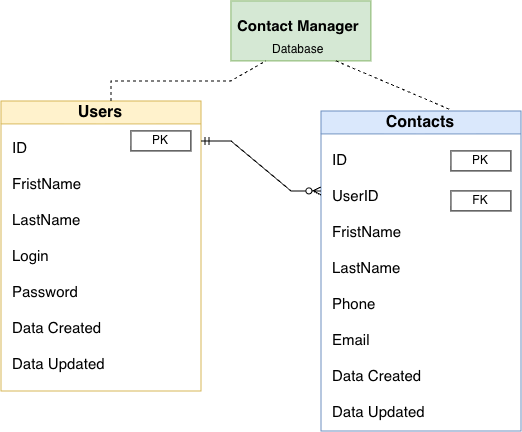
The draw.io diagram LAMP_ERD.drawio.png in yhw688/COP4331_LAMP_GROUP18, before a commit. Source tidied: cells renumbered, new cells last; positions are measured from the earlier drawing's top-left corner, leaving out a move shared by most shapes.
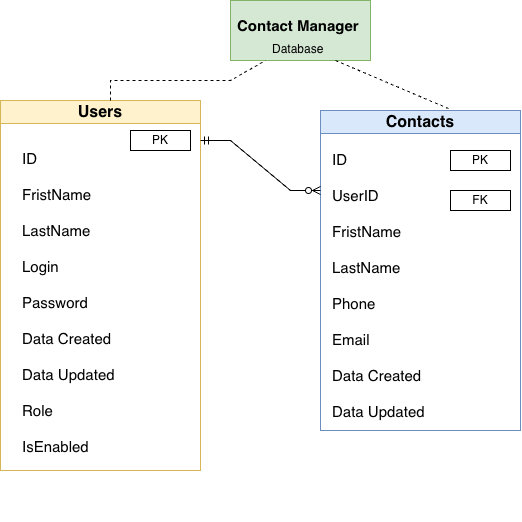
Later version of the same file.

The edit, as a diff of the source:
```diff
@@ -3,10 +3,10 @@
     <mxCell id="0" />
     <mxCell id="1" parent="0" />
     <mxCell id="2" value="&lt;font style=&quot;font-size: 16px;&quot;&gt;Users&lt;/font&gt;" style="swimlane;whiteSpace=wrap;html=1;startSize=23;fillColor=#fff2cc;strokeColor=#d6b656;" parent="1" vertex="1">
-      <mxGeometry y="100" width="200" height="290" as="geometry" />
+      <mxGeometry y="100" width="200" height="370" as="geometry" />
     </mxCell>
-    <mxCell id="3" value="&lt;font style=&quot;font-size: 15px;&quot;&gt;ID&lt;/font&gt;&lt;div&gt;&lt;font style=&quot;font-size: 15px;&quot;&gt;&lt;br&gt;&lt;/font&gt;&lt;div&gt;&lt;font style=&quot;font-size: 15px;&quot;&gt;FristName&lt;/font&gt;&lt;/div&gt;&lt;div&gt;&lt;font style=&quot;font-size: 15px;&quot;&gt;&lt;br&gt;&lt;/font&gt;&lt;/div&gt;&lt;div&gt;&lt;font style=&quot;font-size: 15px;&quot;&gt;LastName&lt;/font&gt;&lt;/div&gt;&lt;div&gt;&lt;font style=&quot;font-size: 15px;&quot;&gt;&lt;br&gt;&lt;/font&gt;&lt;/div&gt;&lt;div&gt;&lt;font style=&quot;font-size: 15px;&quot;&gt;Login&lt;/font&gt;&lt;/div&gt;&lt;div&gt;&lt;font style=&quot;font-size: 15px;&quot;&gt;&lt;br&gt;&lt;/font&gt;&lt;/div&gt;&lt;div&gt;&lt;font style=&quot;font-size: 15px;&quot;&gt;Password&lt;/font&gt;&lt;/div&gt;&lt;/div&gt;&lt;div&gt;&lt;font style=&quot;font-size: 15px;&quot;&gt;&lt;br&gt;&lt;/font&gt;&lt;/div&gt;&lt;div&gt;&lt;font style=&quot;font-size: 15px;&quot;&gt;Data Created&lt;/font&gt;&lt;/div&gt;&lt;div&gt;&lt;font style=&quot;font-size: 15px;&quot;&gt;&lt;br&gt;&lt;/font&gt;&lt;/div&gt;&lt;div&gt;&lt;font style=&quot;font-size: 15px;&quot;&gt;Data Updated&lt;/font&gt;&lt;/div&gt;" style="text;html=1;whiteSpace=wrap;strokeColor=none;fillColor=none;align=left;verticalAlign=middle;rounded=0;" parent="2" vertex="1">
-      <mxGeometry x="10" y="100" width="130" height="110" as="geometry" />
+    <mxCell id="3" value="&lt;font style=&quot;font-size: 15px;&quot;&gt;ID&lt;/font&gt;&lt;div&gt;&lt;font style=&quot;font-size: 15px;&quot;&gt;&lt;br&gt;&lt;/font&gt;&lt;div&gt;&lt;font style=&quot;font-size: 15px;&quot;&gt;FristName&lt;/font&gt;&lt;/div&gt;&lt;div&gt;&lt;font style=&quot;font-size: 15px;&quot;&gt;&lt;br&gt;&lt;/font&gt;&lt;/div&gt;&lt;div&gt;&lt;font style=&quot;font-size: 15px;&quot;&gt;LastName&lt;/font&gt;&lt;/div&gt;&lt;div&gt;&lt;font style=&quot;font-size: 15px;&quot;&gt;&lt;br&gt;&lt;/font&gt;&lt;/div&gt;&lt;div&gt;&lt;font style=&quot;font-size: 15px;&quot;&gt;Login&lt;/font&gt;&lt;/div&gt;&lt;div&gt;&lt;font style=&quot;font-size: 15px;&quot;&gt;&lt;br&gt;&lt;/font&gt;&lt;/div&gt;&lt;div&gt;&lt;font style=&quot;font-size: 15px;&quot;&gt;Password&lt;/font&gt;&lt;/div&gt;&lt;/div&gt;&lt;div&gt;&lt;font style=&quot;font-size: 15px;&quot;&gt;&lt;br&gt;&lt;/font&gt;&lt;/div&gt;&lt;div&gt;&lt;font style=&quot;font-size: 15px;&quot;&gt;Data Created&lt;/font&gt;&lt;/div&gt;&lt;div&gt;&lt;font style=&quot;font-size: 15px;&quot;&gt;&lt;br&gt;&lt;/font&gt;&lt;/div&gt;&lt;div&gt;&lt;font style=&quot;font-size: 15px;&quot;&gt;Data Updated&lt;/font&gt;&lt;/div&gt;&lt;div&gt;&lt;font style=&quot;font-size: 15px;&quot;&gt;&lt;br&gt;&lt;/font&gt;&lt;/div&gt;&lt;div&gt;&lt;font style=&quot;font-size: 15px;&quot;&gt;Role&lt;/font&gt;&lt;/div&gt;&lt;div&gt;&lt;font style=&quot;font-size: 15px;&quot;&gt;&lt;br&gt;&lt;/font&gt;&lt;/div&gt;&lt;div&gt;&lt;font style=&quot;font-size: 15px;&quot;&gt;IsEnabled&lt;/font&gt;&lt;/div&gt;&lt;div&gt;&lt;font style=&quot;font-size: 15px;&quot;&gt;&lt;br&gt;&lt;/font&gt;&lt;/div&gt;&lt;div&gt;&lt;font style=&quot;font-size: 15px;&quot;&gt;&lt;pre dir=&quot;ltr&quot;&gt;&lt;br&gt;&lt;/pre&gt;&lt;/font&gt;&lt;/div&gt;" style="text;html=1;whiteSpace=wrap;strokeColor=none;fillColor=none;align=left;verticalAlign=middle;rounded=0;" parent="2" vertex="1">
+      <mxGeometry x="20" y="180" width="130" height="110" as="geometry" />
     </mxCell>
     <mxCell id="4" value="PK" style="rounded=0;whiteSpace=wrap;html=1;" parent="2" vertex="1">
       <mxGeometry x="130" y="30" width="60" height="20" as="geometry" />
```
